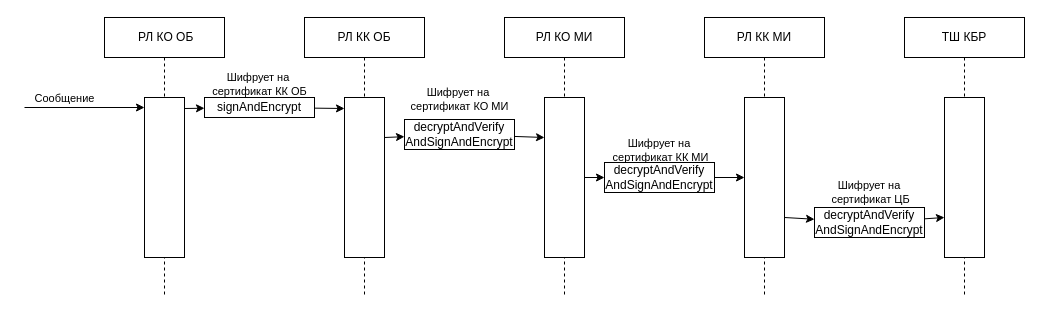
Before: Диаграмма без названия.drawio in maxiko/ARC-016, a draw.io diagram. Source tidied: cells renumbered, new cells numbered last; positions are measured from the earlier drawing's top-left corner, leaving out a move shared by most shapes. Both pictures are drawn from the tidied source at 100%, with x=0, y=0 at pixel (24, 17).
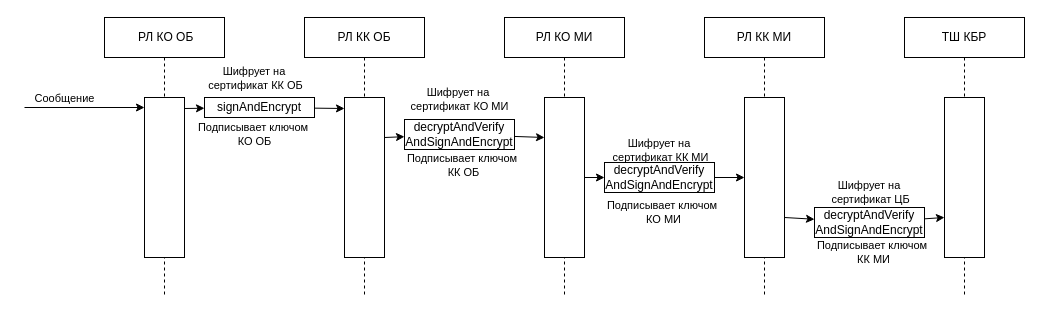
Above is the later version.

The change refers to these unchanged cells:
```xml
<mxCell id="24" style="endArrow=classic;html=1;rounded=0;" parent="1" edge="1" target="26">
  <mxGeometry relative="1" as="geometry">
    <mxPoint x="160" y="91" as="sourcePoint" />
  </mxGeometry>
</mxCell>
```

What changed in the source:
```diff
@@
-    <mxCell id="25" value="Шифрует на&amp;nbsp;&lt;div&gt;сертификат КК ОБ&lt;/div&gt;" style="edgeLabel;html=1;align=center;verticalAlign=middle;" parent="24" vertex="1">
+    <mxCell id="25" value="Подписывает ключом&amp;nbsp;&lt;div&gt;КО ОБ&lt;/div&gt;" style="edgeLabel;html=1;align=center;verticalAlign=middle;" parent="24" vertex="1">
       <mxGeometry x="-0.05" y="2" relative="1" as="geometry">
-        <mxPoint x="65" y="-22" as="offset" />
+        <mxPoint x="60" y="28" as="offset" />
       </mxGeometry>
     </mxCell>
@@
+    <mxCell id="30" value="Шифрует на&amp;nbsp;&lt;div&gt;сертификат КК ОБ&lt;/div&gt;" style="edgeLabel;html=1;align=center;verticalAlign=middle;" parent="1" vertex="1">
+      <mxGeometry x="230" y="60" as="geometry" />
+    </mxCell>
+    <mxCell id="31" value="Подписывает ключом&amp;nbsp;&lt;div&gt;КК ОБ&lt;/div&gt;" style="edgeLabel;html=1;align=center;verticalAlign=middle;" parent="1" vertex="1">
+      <mxGeometry x="450" y="163" as="geometry">
+        <mxPoint x="-12" y="-16" as="offset" />
+      </mxGeometry>
+    </mxCell>
+    <mxCell id="32" value="Подписывает ключом&amp;nbsp;&lt;div&gt;КО МИ&lt;/div&gt;" style="edgeLabel;html=1;align=center;verticalAlign=middle;" parent="1" vertex="1">
+      <mxGeometry x="650" y="210" as="geometry">
+        <mxPoint x="-12" y="-16" as="offset" />
+      </mxGeometry>
+    </mxCell>
+    <mxCell id="33" value="Подписывает ключом&amp;nbsp;&lt;div&gt;КК МИ&lt;/div&gt;" style="edgeLabel;html=1;align=center;verticalAlign=middle;" parent="1" vertex="1">
+      <mxGeometry x="860" y="250" as="geometry">
+        <mxPoint x="-12" y="-16" as="offset" />
+      </mxGeometry>
+    </mxCell>
```
